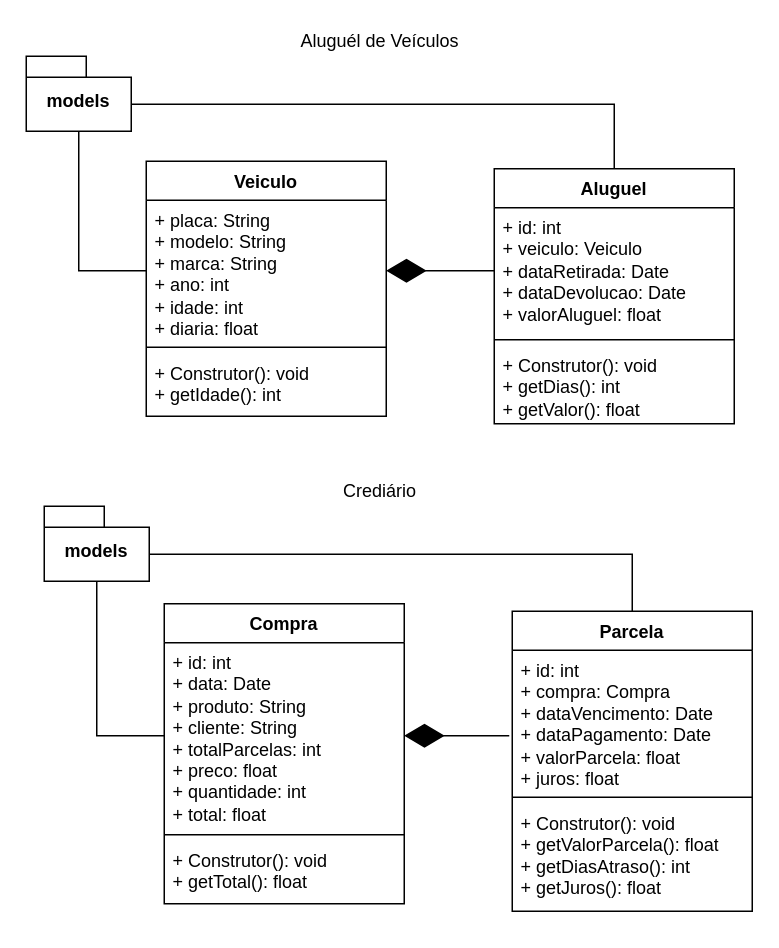
Before: 2des/01-pwbe/aula15/atividades-patterns.drawio in Kcioban/DSFork, a draw.io diagram. Source tidied: cells renumbered, new cells numbered last; positions are measured from the earlier drawing's top-left corner, leaving out a move shared by most shapes. Both pictures are drawn from the tidied source at 150%, with x=0, y=0 at pixel (26, 26).
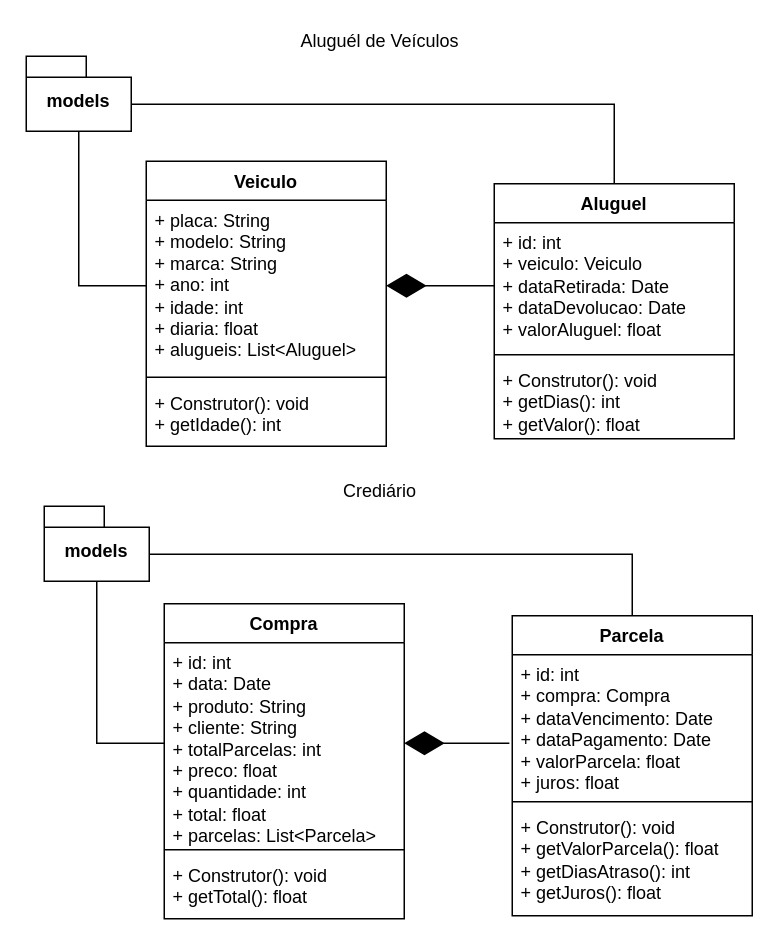
The same page after the edit.

Unchanged cells that the change refers to:
```xml
<mxCell id="24" value="+ id: int&lt;br&gt;+ compra: Compra&lt;br&gt;+ dataVencimento: Date&lt;br&gt;+ dataPagamento: Date&lt;br&gt;+ valorParcela: float&lt;br&gt;+ juros: float" style="text;strokeColor=none;fillColor=none;align=left;verticalAlign=top;spacingLeft=4;spacingRight=4;overflow=hidden;points=[[0,0.5],[1,0.5]];portConstraint=eastwest;whiteSpace=wrap;html=1;" parent="23" vertex="1">
  <mxGeometry y="26" width="160" height="94" as="geometry" />
</mxCell>
```

What changed in the source:
```diff
@@
     <mxCell id="6" value="Veiculo" style="swimlane;fontStyle=1;align=center;verticalAlign=top;horizontal=1;startSize=26;whiteSpace=wrap;html=1;" parent="1" vertex="1">
-      <mxGeometry x="80" y="90" width="160" height="170" as="geometry" />
+      <mxGeometry x="80" y="90" width="160" height="190" as="geometry" />
     </mxCell>
-    <mxCell id="7" value="+ placa: String&lt;br&gt;+ modelo: String&lt;br&gt;+ marca: String&lt;br&gt;+ ano: int&lt;br&gt;+ idade: int&lt;br&gt;+ diaria: float" style="text;strokeColor=none;fillColor=none;align=left;verticalAlign=top;spacingLeft=4;spacingRight=4;overflow=hidden;points=[[0,0.5],[1,0.5]];portConstraint=eastwest;whiteSpace=wrap;html=1;" parent="6" vertex="1">
-      <mxGeometry y="26" width="160" height="94" as="geometry" />
+    <mxCell id="7" value="+ placa: String&lt;br&gt;+ modelo: String&lt;br&gt;+ marca: String&lt;br&gt;+ ano: int&lt;br&gt;+ idade: int&lt;br&gt;+ diaria: float&lt;br&gt;+ alugueis: List&amp;lt;Aluguel&amp;gt;" style="text;strokeColor=none;fillColor=none;align=left;verticalAlign=top;spacingLeft=4;spacingRight=4;overflow=hidden;points=[[0,0.5],[1,0.5]];portConstraint=eastwest;whiteSpace=wrap;html=1;" parent="6" vertex="1">
+      <mxGeometry y="26" width="160" height="114" as="geometry" />
     </mxCell>
     <mxCell id="8" style="line;strokeWidth=1;fillColor=none;align=left;verticalAlign=middle;spacingTop=-1;spacingLeft=3;spacingRight=3;labelPosition=right;strokeColor=inherit;" parent="6" vertex="1">
-      <mxGeometry y="120" width="160" height="8" as="geometry" />
+      <mxGeometry y="140" width="160" height="8" as="geometry" />
     </mxCell>
     <mxCell id="9" value="+ Construtor(): void&lt;br&gt;+ getIdade(): int" style="text;strokeColor=none;fillColor=none;align=left;verticalAlign=top;spacingLeft=4;spacingRight=4;overflow=hidden;whiteSpace=wrap;html=1;" parent="6" vertex="1">
-      <mxGeometry y="128" width="160" height="42" as="geometry" />
+      <mxGeometry y="148" width="160" height="42" as="geometry" />
     </mxCell>
     <mxCell id="10" value="Aluguel" style="swimlane;fontStyle=1;align=center;verticalAlign=top;horizontal=1;startSize=26;whiteSpace=wrap;html=1;" parent="1" vertex="1">
-      <mxGeometry x="312" y="95" width="160" height="170" as="geometry" />
+      <mxGeometry x="312" y="105" width="160" height="170" as="geometry" />
     </mxCell>
@@
     <mxCell id="19" value="Compra" style="swimlane;fontStyle=1;align=center;verticalAlign=top;horizontal=1;startSize=26;whiteSpace=wrap;html=1;" parent="1" vertex="1">
-      <mxGeometry x="92" y="385" width="160" height="200" as="geometry" />
+      <mxGeometry x="92" y="385" width="160" height="210" as="geometry" />
     </mxCell>
-    <mxCell id="20" value="+ id: int&lt;br&gt;+ data: Date&lt;br&gt;+ produto: String&lt;br&gt;+ cliente: String&lt;br&gt;+ totalParcelas: int&lt;br&gt;+ preco: float&lt;br&gt;+ quantidade: int&lt;br&gt;+ total: float" style="text;strokeColor=none;fillColor=none;align=left;verticalAlign=top;spacingLeft=4;spacingRight=4;overflow=hidden;points=[[0,0.5],[1,0.5]];portConstraint=eastwest;whiteSpace=wrap;html=1;" parent="19" vertex="1">
-      <mxGeometry y="26" width="160" height="124" as="geometry" />
+    <mxCell id="20" value="+ id: int&lt;br&gt;+ data: Date&lt;br&gt;+ produto: String&lt;br&gt;+ cliente: String&lt;br&gt;+ totalParcelas: int&lt;br&gt;+ preco: float&lt;br&gt;+ quantidade: int&lt;br&gt;+ total: float&lt;br&gt;+ parcelas: List&amp;lt;Parcela&amp;gt;" style="text;strokeColor=none;fillColor=none;align=left;verticalAlign=top;spacingLeft=4;spacingRight=4;overflow=hidden;points=[[0,0.5],[1,0.5]];portConstraint=eastwest;whiteSpace=wrap;html=1;" parent="19" vertex="1">
+      <mxGeometry y="26" width="160" height="134" as="geometry" />
     </mxCell>
     <mxCell id="21" style="line;strokeWidth=1;fillColor=none;align=left;verticalAlign=middle;spacingTop=-1;spacingLeft=3;spacingRight=3;labelPosition=right;strokeColor=inherit;" parent="19" vertex="1">
-      <mxGeometry y="150" width="160" height="8" as="geometry" />
+      <mxGeometry y="160" width="160" height="8" as="geometry" />
     </mxCell>
     <mxCell id="22" value="+ Construtor(): void&lt;br&gt;+ getTotal(): float" style="text;strokeColor=none;fillColor=none;align=left;verticalAlign=top;spacingLeft=4;spacingRight=4;overflow=hidden;whiteSpace=wrap;html=1;" parent="19" vertex="1">
-      <mxGeometry y="158" width="160" height="42" as="geometry" />
+      <mxGeometry y="168" width="160" height="42" as="geometry" />
     </mxCell>
     <mxCell id="23" value="Parcela" style="swimlane;fontStyle=1;align=center;verticalAlign=top;horizontal=1;startSize=26;whiteSpace=wrap;html=1;" parent="1" vertex="1">
-      <mxGeometry x="324" y="390" width="160" height="200" as="geometry" />
+      <mxGeometry x="324" y="393" width="160" height="200" as="geometry" />
     </mxCell>
@@
-    <mxCell id="27" style="endArrow=diamondThin;endFill=1;endSize=24;html=1;rounded=0;entryX=1;entryY=0.5;entryDx=0;entryDy=0;" parent="1" edge="1" target="20">
-      <mxGeometry relative="1" as="geometry">
-        <mxPoint x="322" y="473" as="sourcePoint" />
-      </mxGeometry>
+    <mxCell id="27" style="endArrow=diamondThin;endFill=1;endSize=24;html=1;rounded=0;entryX=1;entryY=0.5;entryDx=0;entryDy=0;exitX=-0.012;exitY=0.628;exitDx=0;exitDy=0;exitPerimeter=0;" parent="1" edge="1" source="24" target="20">
+      <mxGeometry relative="1" as="geometry" />
     </mxCell>
```
